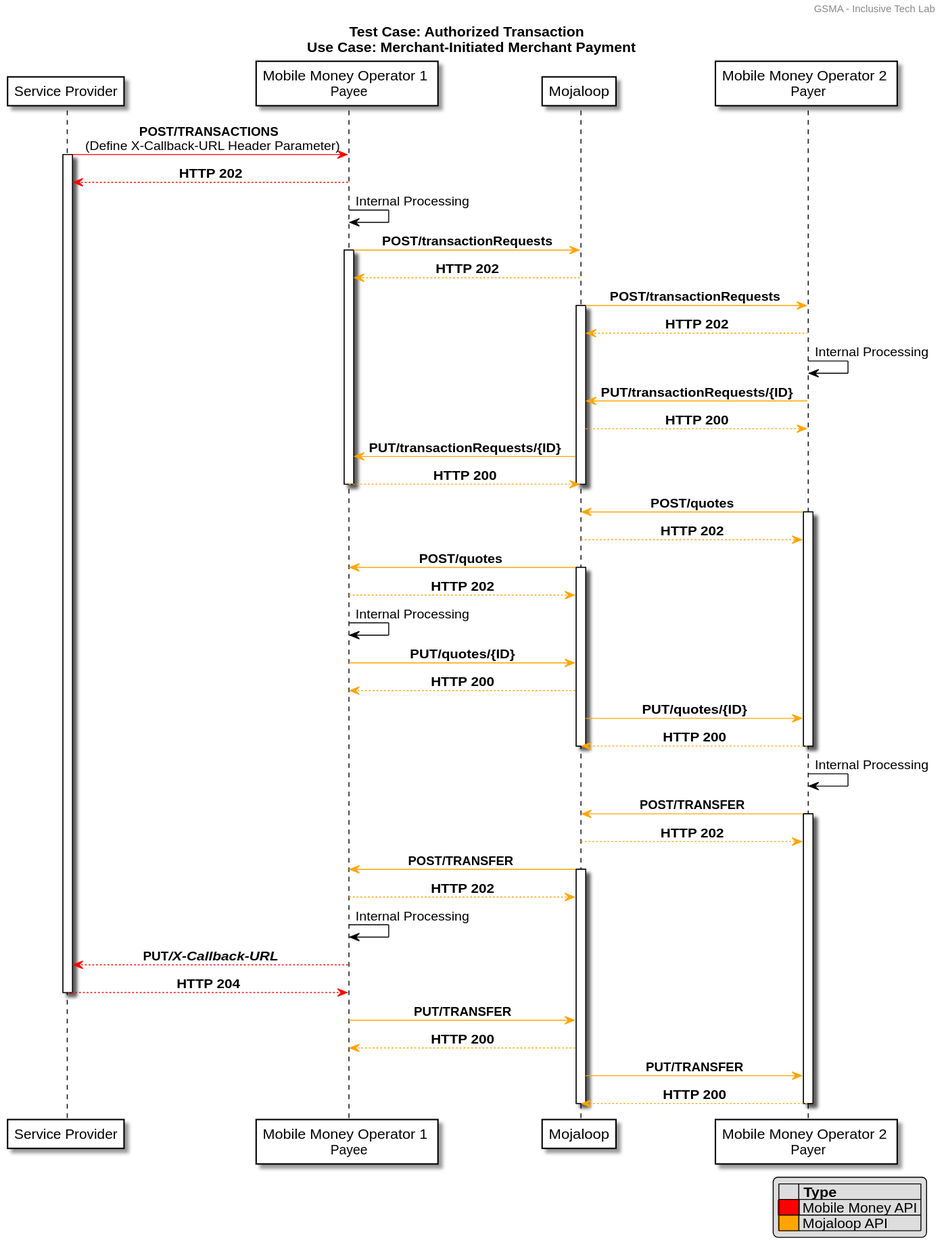
Above: static/img/ucmp.svg in gsmainclusivetechlab/interop-docs (PlantUML), before the change. Its diagram source:
```plantuml
@startuml
skinparam sequenceMessageAlign center
skinparam sequence {
	ArrowColor Black
	ActorBorderColor Black
	LifeLineBorderColor Black

	ParticipantBorderColor Black
	ParticipantBackgroundColor None
	ParticipantFontColor Black

	ActorBackgroundColor None
	ActorFontColor Black
}

title Test Case: Authorized Transaction \n Use Case: Merchant-Initiated Merchant Payment
header GSMA - Inclusive Tech Lab

participant "Service Provider" as sp
participant "Mobile Money Operator 1 \n Payee" as mmo1
participant "Mojaloop" as switch
participant "Mobile Money Operator 2 \n Payer" as mmo2


sp -[#Red]> mmo1: ** POST/TRANSACTIONS ** \n (Define X-Callback-URL Header Parameter)
activate sp
mmo1 --[#Red]> sp: **HTTP 202**
mmo1 -> mmo1: Internal Processing


mmo1 -[#Orange]> switch: ** POST/transactionRequests **
activate mmo1
switch --[#Orange]> mmo1: ** HTTP 202 **
switch -[#Orange]> mmo2: ** POST/transactionRequests  **
activate switch
mmo2 --[#Orange]> switch: ** HTTP 202 **
mmo2 -> mmo2: Internal Processing
mmo2 -[#Orange]> switch: ** PUT/transactionRequests/{ID} **
switch --[#Orange]> mmo2: ** HTTP 200 **
switch -[#Orange]> mmo1: ** PUT/transactionRequests/{ID} **
mmo1 --[#Orange]> switch: ** HTTP 200 **
deactivate switch
deactivate mmo1


mmo2 -[#Orange]> switch: ** POST/quotes **
activate mmo2
switch --[#Orange]> mmo2: ** HTTP 202 **
switch -[#Orange]> mmo1: ** POST/quotes  **
activate switch
mmo1 --[#Orange]> switch: ** HTTP 202 **
mmo1 -> mmo1: Internal Processing
mmo1 -[#Orange]> switch: ** PUT/quotes/{ID} **
switch --[#Orange]> mmo1: ** HTTP 200 **
switch -[#Orange]> mmo2: ** PUT/quotes/{ID} **
mmo2 --[#Orange]> switch: ** HTTP 200 **
deactivate switch
deactivate mmo2


mmo2 -> mmo2: Internal Processing
mmo2 -[#Orange]> switch: ** POST/TRANSFER **
activate mmo2
switch --[#Orange]> mmo2: ** HTTP 202 **
switch -[#Orange]> mmo1: ** POST/TRANSFER  **
activate switch
mmo1 --[#Orange]> switch: ** HTTP 202 **
mmo1 -> mmo1: Internal Processing

mmo1 --[#Red]> sp: ** PUT///X-Callback-URL// **
sp --[#Red]> mmo1: ** HTTP 204 **
deactivate sp

mmo1 -[#Orange]> switch: ** PUT/TRANSFER **
switch --[#Orange]> mmo1: ** HTTP 200 **
switch -[#Orange]> mmo2: ** PUT/TRANSFER **
mmo2 --[#Orange]> switch: ** HTTP 200 **
deactivate switch
deactivate mmo2



legend bottom right
|= |= Type |
|<back:#Red><color:#Red>___</color></back>| Mobile Money API |
|<back:#Orange><color:#Orange>___</color></back>| Mojaloop API |
endlegend

@enduml
```
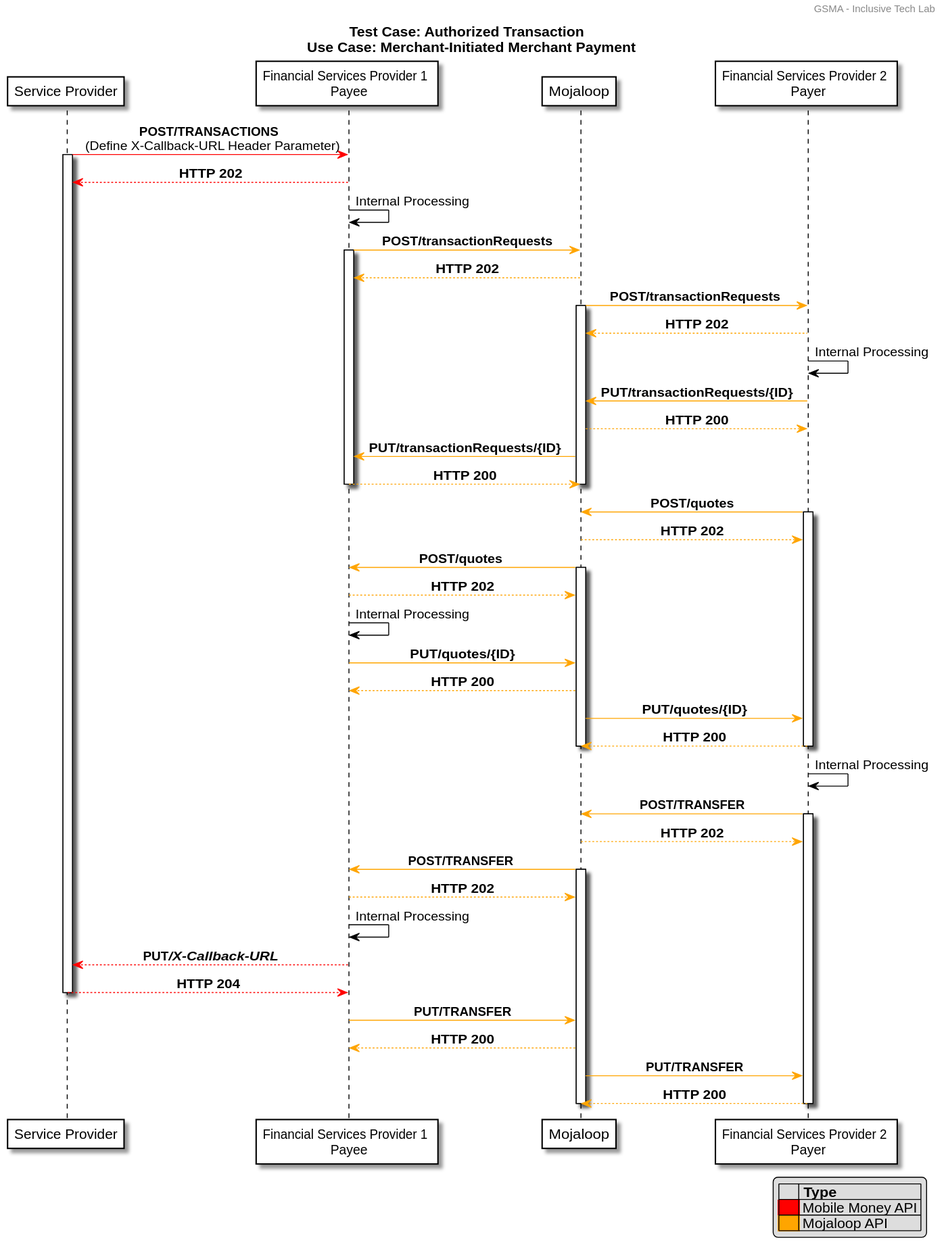
The same file after the commit.

Change to the diagram source:
```diff
@@ -17,66 +17,66 @@
 header GSMA - Inclusive Tech Lab
 
 participant "Service Provider" as sp
-participant "Mobile Money Operator 1 \n Payee" as mmo1
+participant "Financial Services Provider 1 \n Payee" as fsp1
 participant "Mojaloop" as switch
-participant "Mobile Money Operator 2 \n Payer" as mmo2
+participant "Financial Services Provider 2 \n Payer" as fsp2
 
 
-sp -[#Red]> mmo1: ** POST/TRANSACTIONS ** \n (Define X-Callback-URL Header Parameter)
+sp -[#Red]> fsp1: ** POST/TRANSACTIONS ** \n (Define X-Callback-URL Header Parameter)
 activate sp
-mmo1 --[#Red]> sp: **HTTP 202**
-mmo1 -> mmo1: Internal Processing
+fsp1 --[#Red]> sp: **HTTP 202**
+fsp1 -> fsp1: Internal Processing
 
 
-mmo1 -[#Orange]> switch: ** POST/transactionRequests **
-activate mmo1
-switch --[#Orange]> mmo1: ** HTTP 202 **
-switch -[#Orange]> mmo2: ** POST/transactionRequests  **
+fsp1 -[#Orange]> switch: ** POST/transactionRequests **
+activate fsp1
+switch --[#Orange]> fsp1: ** HTTP 202 **
+switch -[#Orange]> fsp2: ** POST/transactionRequests  **
 activate switch
-mmo2 --[#Orange]> switch: ** HTTP 202 **
-mmo2 -> mmo2: Internal Processing
-mmo2 -[#Orange]> switch: ** PUT/transactionRequests/{ID} **
-switch --[#Orange]> mmo2: ** HTTP 200 **
-switch -[#Orange]> mmo1: ** PUT/transactionRequests/{ID} **
-mmo1 --[#Orange]> switch: ** HTTP 200 **
+fsp2 --[#Orange]> switch: ** HTTP 202 **
+fsp2 -> fsp2: Internal Processing
+fsp2 -[#Orange]> switch: ** PUT/transactionRequests/{ID} **
+switch --[#Orange]> fsp2: ** HTTP 200 **
+switch -[#Orange]> fsp1: ** PUT/transactionRequests/{ID} **
+fsp1 --[#Orange]> switch: ** HTTP 200 **
 deactivate switch
-deactivate mmo1
+deactivate fsp1
 
 
-mmo2 -[#Orange]> switch: ** POST/quotes **
-activate mmo2
-switch --[#Orange]> mmo2: ** HTTP 202 **
-switch -[#Orange]> mmo1: ** POST/quotes  **
+fsp2 -[#Orange]> switch: ** POST/quotes **
+activate fsp2
+switch --[#Orange]> fsp2: ** HTTP 202 **
+switch -[#Orange]> fsp1: ** POST/quotes  **
 activate switch
-mmo1 --[#Orange]> switch: ** HTTP 202 **
-mmo1 -> mmo1: Internal Processing
-mmo1 -[#Orange]> switch: ** PUT/quotes/{ID} **
-switch --[#Orange]> mmo1: ** HTTP 200 **
-switch -[#Orange]> mmo2: ** PUT/quotes/{ID} **
-mmo2 --[#Orange]> switch: ** HTTP 200 **
+fsp1 --[#Orange]> switch: ** HTTP 202 **
+fsp1 -> fsp1: Internal Processing
+fsp1 -[#Orange]> switch: ** PUT/quotes/{ID} **
+switch --[#Orange]> fsp1: ** HTTP 200 **
+switch -[#Orange]> fsp2: ** PUT/quotes/{ID} **
+fsp2 --[#Orange]> switch: ** HTTP 200 **
 deactivate switch
-deactivate mmo2
+deactivate fsp2
 
 
-mmo2 -> mmo2: Internal Processing
-mmo2 -[#Orange]> switch: ** POST/TRANSFER **
-activate mmo2
-switch --[#Orange]> mmo2: ** HTTP 202 **
-switch -[#Orange]> mmo1: ** POST/TRANSFER  **
+fsp2 -> fsp2: Internal Processing
+fsp2 -[#Orange]> switch: ** POST/TRANSFER **
+activate fsp2
+switch --[#Orange]> fsp2: ** HTTP 202 **
+switch -[#Orange]> fsp1: ** POST/TRANSFER  **
 activate switch
-mmo1 --[#Orange]> switch: ** HTTP 202 **
-mmo1 -> mmo1: Internal Processing
+fsp1 --[#Orange]> switch: ** HTTP 202 **
+fsp1 -> fsp1: Internal Processing
 
-mmo1 --[#Red]> sp: ** PUT///X-Callback-URL// **
-sp --[#Red]> mmo1: ** HTTP 204 **
+fsp1 --[#Red]> sp: ** PUT///X-Callback-URL// **
+sp --[#Red]> fsp1: ** HTTP 204 **
 deactivate sp
 
-mmo1 -[#Orange]> switch: ** PUT/TRANSFER **
-switch --[#Orange]> mmo1: ** HTTP 200 **
-switch -[#Orange]> mmo2: ** PUT/TRANSFER **
-mmo2 --[#Orange]> switch: ** HTTP 200 **
+fsp1 -[#Orange]> switch: ** PUT/TRANSFER **
+switch --[#Orange]> fsp1: ** HTTP 200 **
+switch -[#Orange]> fsp2: ** PUT/TRANSFER **
+fsp2 --[#Orange]> switch: ** HTTP 200 **
 deactivate switch
-deactivate mmo2
+deactivate fsp2
 
 
 
```
